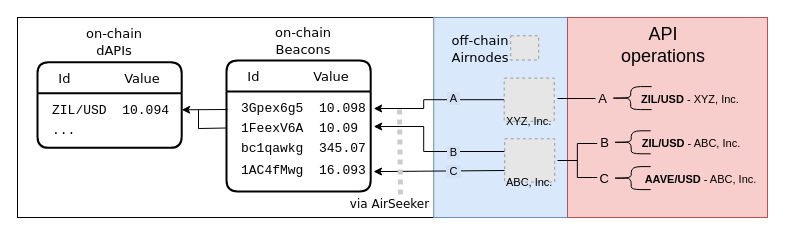
Before: docs/reference/dapis/assets/diagrams/beacons-airnode.drawio in api3dao/vitepress-docs, a draw.io diagram. Source tidied: cells renumbered, new cells numbered last; positions are measured from the earlier drawing's top-left corner, leaving out a move shared by most shapes. Both pictures are drawn from the tidied source at 100%, with x=0, y=0 at pixel (17, 17). Pictures stored in the file or linked from it are replaced by grey dashed boxes.
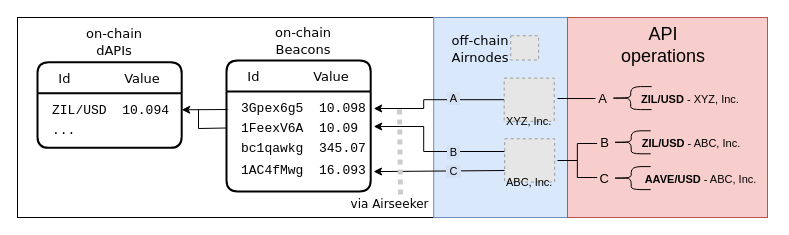
Above is the later version.

Commit message (it also covers changes not shown here):
Airseeker name correction, S > s

What changed in the source:
```diff
@@
-    <mxCell id="34" value="&lt;font face=&quot;Verdana&quot; style=&quot;font-size: 12px;&quot;&gt;via AirSeeker&lt;/font&gt;" style="text;html=1;strokeColor=none;fillColor=none;align=center;verticalAlign=middle;whiteSpace=wrap;rounded=0;fontSize=20;fontFamily=Architects Daughter;rotation=0;" parent="1" vertex="1">
+    <mxCell id="34" value="&lt;font face=&quot;Verdana&quot; style=&quot;font-size: 12px;&quot;&gt;via Airseeker&lt;/font&gt;" style="text;html=1;strokeColor=none;fillColor=none;align=center;verticalAlign=middle;whiteSpace=wrap;rounded=0;fontSize=20;fontFamily=Architects Daughter;rotation=0;" parent="1" vertex="1">
       <mxGeometry x="304.6" y="168.5" width="135" height="30" as="geometry" />
     </mxCell>
```
